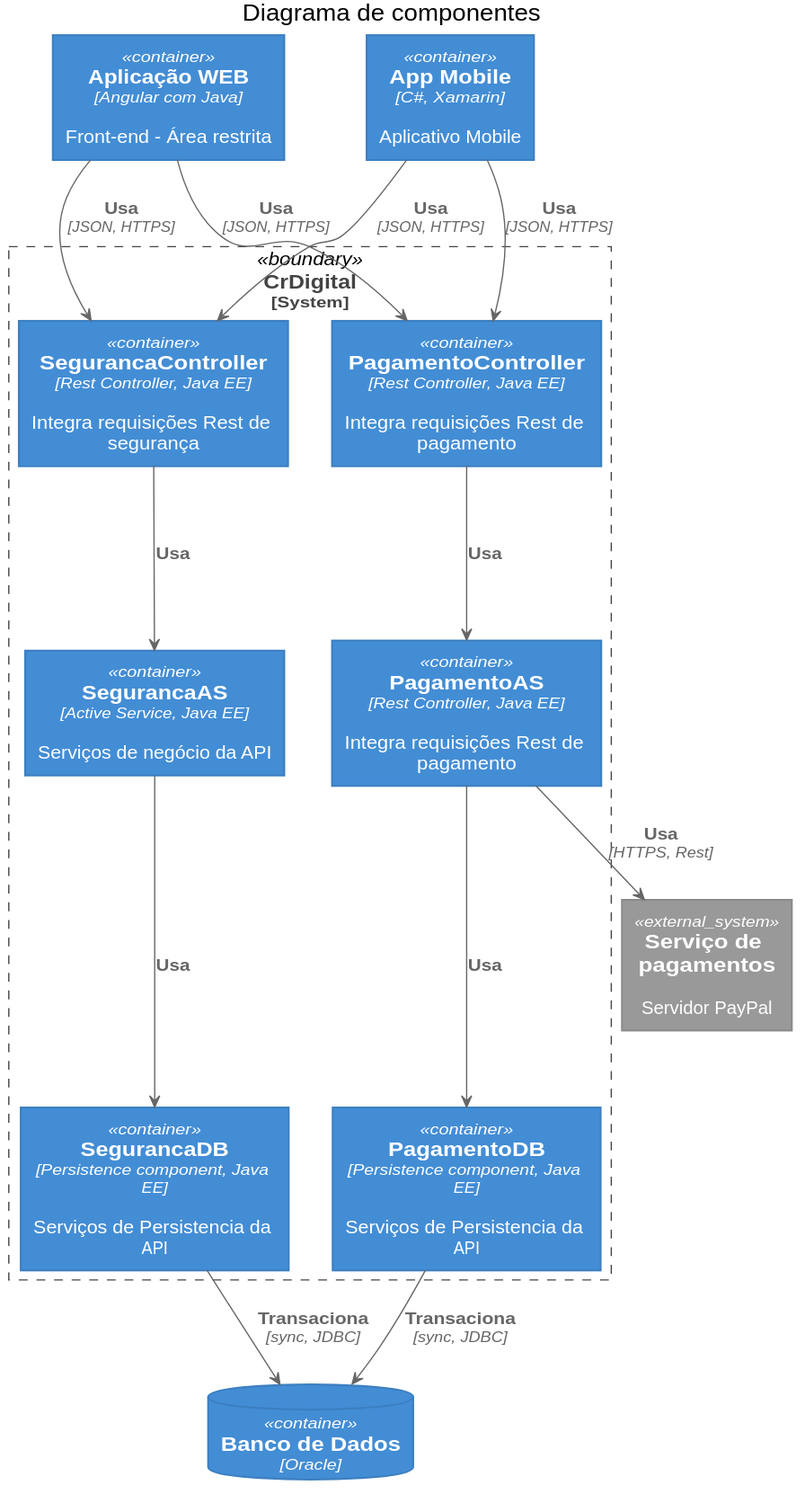
elissonlobao/igti-arq-web-trabalho-pratico keeps this PlantUML diagram as docs/03-diagrama-de-componentes/03-diagrama-de-componentes.svg. Above is the earlier version. The source it was exported from:
```plantuml
@startuml C4_Elements
!include shared/C4/C4_Container.puml

title Diagrama de componentes

!define ContainerDb(e_alias, e_label, e_techn) database "==e_label\n//<size:TECHN_FONT_SIZE>[e_techn]</size>//" <<container>> as e_alias
!define ContainerDb(e_alias, e_label, e_techn, e_descr) database "==e_label\n//<size:TECHN_FONT_SIZE>[e_techn]</size>//\n\n e_descr" <<container>> as e_alias

Container(aplicacao, "Aplicação WEB", "Angular com Java", "Front-end - Área restrita")
Container(appMobile, "App Mobile", "C#, Xamarin", "Aplicativo Mobile")

System_Boundary(c1, "CrDigital"){
    Container(SegurancaController, "SegurancaController", "Rest Controller, Java EE", "Integra requisições Rest de segurança")
    Container(SegurancaAS, "SegurancaAS", "Active Service, Java EE", "Serviços de negócio da API")
    Container(SegurancaDB, "SegurancaDB", "Persistence component, Java EE", "Serviços de Persistencia da API")
    Container(PagamentoController, "PagamentoController", "Rest Controller, Java EE", "Integra requisições Rest de pagamento")
    Container(PagamentoAS, "PagamentoAS", "Rest Controller, Java EE", "Integra requisições Rest de pagamento")
    Container(PagamentoDB, "PagamentoDB", "Persistence component, Java EE", "Serviços de Persistencia da API")
}

ContainerDb(db1,"Banco de Dados", "Oracle")

System_Ext(servidorPaypal, "Serviço de pagamentos", "Servidor PayPal")

Rel(aplicacao, SegurancaController, "Usa", "JSON, HTTPS")
Rel(aplicacao, PagamentoController, "Usa", "JSON, HTTPS")
Rel(appMobile, SegurancaController, "Usa", "JSON, HTTPS")
Rel(appMobile, PagamentoController, "Usa", "JSON, HTTPS")

Rel(SegurancaController, SegurancaAS, "Usa")
Rel(PagamentoController, PagamentoAS, "Usa")
Rel(PagamentoAS, servidorPaypal, "Usa", "HTTPS, Rest")
Rel(SegurancaAS, SegurancaDB, "Usa")
Rel(PagamentoAS, PagamentoDB, "Usa")

Rel(SegurancaDB, db1, "Transaciona", "sync, JDBC")
Rel(PagamentoDB, db1, "Transaciona", "sync, JDBC")

@enduml
```
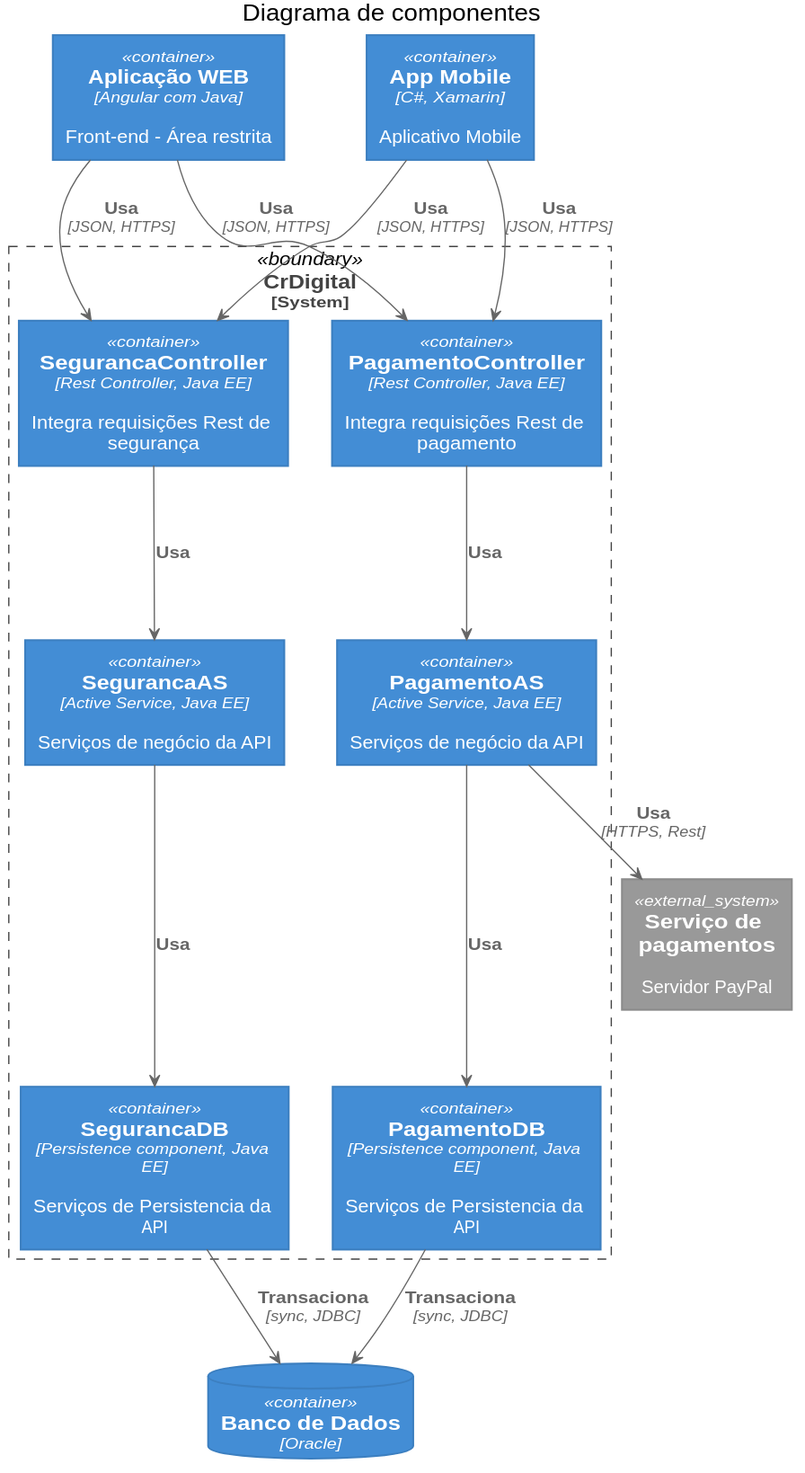
After the commit.

What changed in the source:
```diff
@@ -14,7 +14,7 @@
     Container(SegurancaAS, "SegurancaAS", "Active Service, Java EE", "Serviços de negócio da API")
     Container(SegurancaDB, "SegurancaDB", "Persistence component, Java EE", "Serviços de Persistencia da API")
     Container(PagamentoController, "PagamentoController", "Rest Controller, Java EE", "Integra requisições Rest de pagamento")
-    Container(PagamentoAS, "PagamentoAS", "Rest Controller, Java EE", "Integra requisições Rest de pagamento")
+    Container(PagamentoAS, "PagamentoAS", "Active Service, Java EE", "Serviços de negócio da API")
     Container(PagamentoDB, "PagamentoDB", "Persistence component, Java EE", "Serviços de Persistencia da API")
 }
 
```
